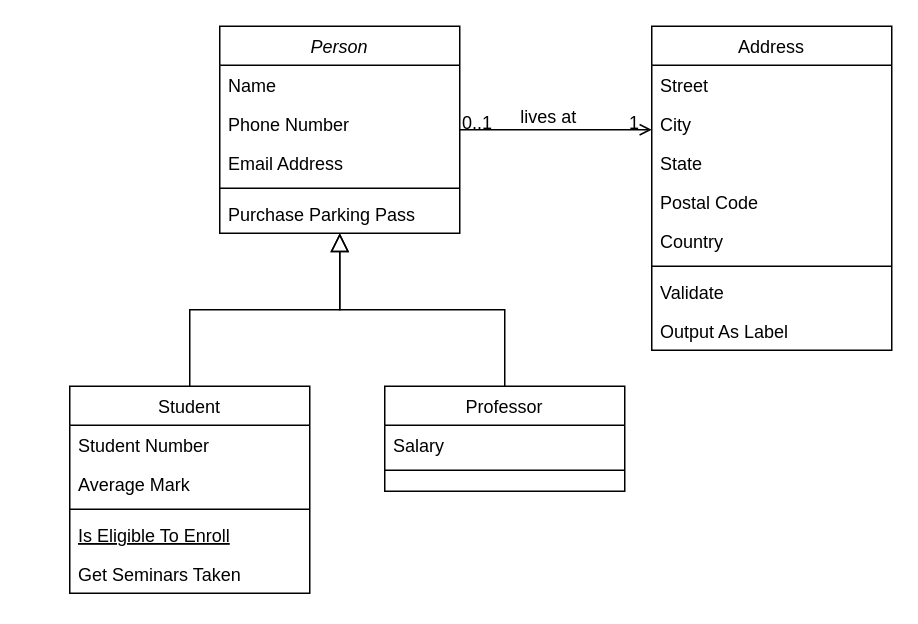
The draw.io diagram doc/service.drawio in zezosarg/bibliography-manager, before the edit. Source tidied: cells renumbered, new cells numbered last; positions are measured from the earlier drawing's top-left corner, leaving out a move shared by most shapes. Both pictures are drawn from the tidied source at 150%, with x=0, y=0 at pixel (69, 26).
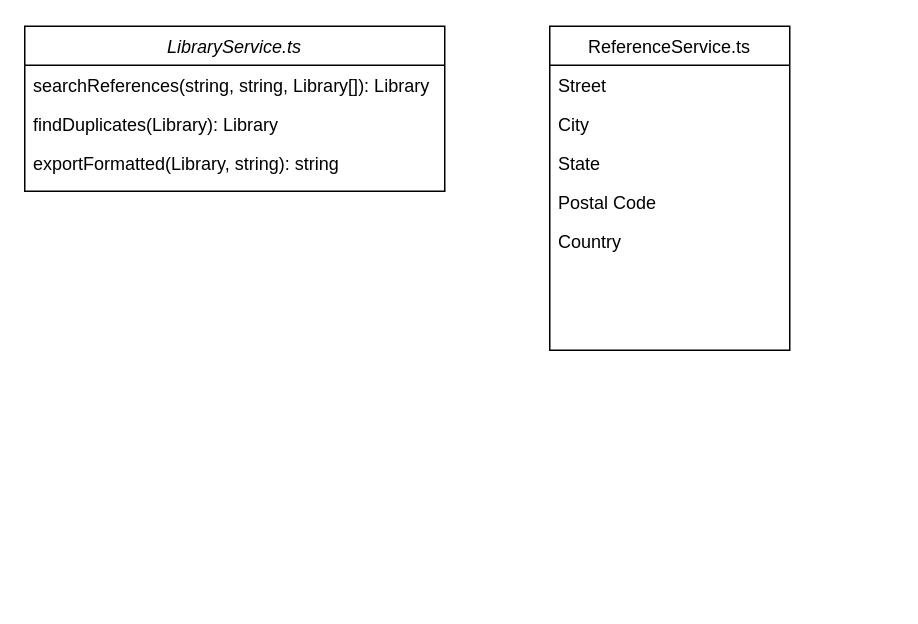
After the change.

Diff of the diagram source:
```diff
@@
-    <mxCell id="2" value="Person" style="swimlane;fontStyle=2;align=center;verticalAlign=top;horizontal=1;startSize=26;rounded=0;shadow=0;strokeWidth=1;" parent="1" vertex="1">
-      <mxGeometry x="100" width="160" height="138" as="geometry" />
+    <mxCell id="2" value="LibraryService.ts" style="swimlane;fontStyle=2;align=center;verticalAlign=top;horizontal=1;startSize=26;rounded=0;shadow=0;strokeWidth=1;" parent="1" vertex="1">
+      <mxGeometry x="-30" width="280" height="110" as="geometry" />
     </mxCell>
-    <mxCell id="3" value="Name" style="text;align=left;verticalAlign=top;spacingLeft=4;spacingRight=4;overflow=hidden;" parent="2" vertex="1">
-      <mxGeometry y="26" width="160" height="26" as="geometry" />
+    <mxCell id="3" value="searchReferences(string, string, Library[]): Library" style="text;align=left;verticalAlign=top;spacingLeft=4;spacingRight=4;overflow=hidden;" parent="2" vertex="1">
+      <mxGeometry y="26" width="280" height="26" as="geometry" />
     </mxCell>
-    <mxCell id="4" value="Phone Number" style="text;align=left;verticalAlign=top;spacingLeft=4;spacingRight=4;overflow=hidden;rounded=0;shadow=0;html=0;" parent="2" vertex="1">
-      <mxGeometry y="52" width="160" height="26" as="geometry" />
+    <mxCell id="4" value="findDuplicates(Library): Library" style="text;align=left;verticalAlign=top;spacingLeft=4;spacingRight=4;overflow=hidden;rounded=0;shadow=0;html=0;" parent="2" vertex="1">
+      <mxGeometry y="52" width="280" height="26" as="geometry" />
     </mxCell>
-    <mxCell id="5" value="Email Address" style="text;align=left;verticalAlign=top;spacingLeft=4;spacingRight=4;overflow=hidden;rounded=0;shadow=0;html=0;" parent="2" vertex="1">
-      <mxGeometry y="78" width="160" height="26" as="geometry" />
+    <mxCell id="5" value="exportFormatted(Library, string): string" style="text;align=left;verticalAlign=top;spacingLeft=4;spacingRight=4;overflow=hidden;rounded=0;shadow=0;html=0;" parent="2" vertex="1">
+      <mxGeometry y="78" width="280" height="22" as="geometry" />
     </mxCell>
-    <mxCell id="6" style="line;html=1;strokeWidth=1;align=left;verticalAlign=middle;spacingTop=-1;spacingLeft=3;spacingRight=3;labelPosition=right;" parent="2" vertex="1">
-      <mxGeometry y="104" width="160" height="8" as="geometry" />
-    </mxCell>
-    <mxCell id="7" value="Purchase Parking Pass" style="text;align=left;verticalAlign=top;spacingLeft=4;spacingRight=4;overflow=hidden;" parent="2" vertex="1">
-      <mxGeometry y="112" width="160" height="26" as="geometry" />
-    </mxCell>
-    <mxCell id="8" value="Student" style="swimlane;fontStyle=0;align=center;verticalAlign=top;horizontal=1;startSize=26;rounded=0;shadow=0;strokeWidth=1;" parent="1" vertex="1">
-      <mxGeometry y="240" width="160" height="138" as="geometry" />
-    </mxCell>
-    <mxCell id="9" value="Student Number" style="text;align=left;verticalAlign=top;spacingLeft=4;spacingRight=4;overflow=hidden;" parent="8" vertex="1">
-      <mxGeometry y="26" width="160" height="26" as="geometry" />
-    </mxCell>
-    <mxCell id="10" value="Average Mark" style="text;align=left;verticalAlign=top;spacingLeft=4;spacingRight=4;overflow=hidden;rounded=0;shadow=0;html=0;" parent="8" vertex="1">
-      <mxGeometry y="52" width="160" height="26" as="geometry" />
-    </mxCell>
-    <mxCell id="11" style="line;html=1;strokeWidth=1;align=left;verticalAlign=middle;spacingTop=-1;spacingLeft=3;spacingRight=3;labelPosition=right;" parent="8" vertex="1">
-      <mxGeometry y="78" width="160" height="8" as="geometry" />
-    </mxCell>
-    <mxCell id="12" value="Is Eligible To Enroll" style="text;align=left;verticalAlign=top;spacingLeft=4;spacingRight=4;overflow=hidden;fontStyle=4;" parent="8" vertex="1">
-      <mxGeometry y="86" width="160" height="26" as="geometry" />
-    </mxCell>
-    <mxCell id="13" value="Get Seminars Taken" style="text;align=left;verticalAlign=top;spacingLeft=4;spacingRight=4;overflow=hidden;" parent="8" vertex="1">
-      <mxGeometry y="112" width="160" height="26" as="geometry" />
-    </mxCell>
-    <mxCell id="14" style="endArrow=block;endSize=10;endFill=0;shadow=0;strokeWidth=1;rounded=0;curved=0;edgeStyle=elbowEdgeStyle;elbow=vertical;" parent="1" edge="1" source="8" target="2">
-      <mxGeometry relative="1" as="geometry" />
-    </mxCell>
-    <mxCell id="15" value="Professor" style="swimlane;fontStyle=0;align=center;verticalAlign=top;horizontal=1;startSize=26;rounded=0;shadow=0;strokeWidth=1;" parent="1" vertex="1">
-      <mxGeometry x="210" y="240" width="160" height="70" as="geometry" />
-    </mxCell>
-    <mxCell id="16" value="Salary" style="text;align=left;verticalAlign=top;spacingLeft=4;spacingRight=4;overflow=hidden;" parent="15" vertex="1">
-      <mxGeometry y="26" width="160" height="26" as="geometry" />
-    </mxCell>
-    <mxCell id="17" style="line;html=1;strokeWidth=1;align=left;verticalAlign=middle;spacingTop=-1;spacingLeft=3;spacingRight=3;labelPosition=right;" parent="15" vertex="1">
-      <mxGeometry y="52" width="160" height="8" as="geometry" />
-    </mxCell>
-    <mxCell id="18" style="endArrow=block;endSize=10;endFill=0;shadow=0;strokeWidth=1;rounded=0;curved=0;edgeStyle=elbowEdgeStyle;elbow=vertical;" parent="1" edge="1" source="15" target="2">
-      <mxGeometry relative="1" as="geometry" />
-    </mxCell>
-    <mxCell id="19" value="Address" style="swimlane;fontStyle=0;align=center;verticalAlign=top;horizontal=1;startSize=26;rounded=0;shadow=0;strokeWidth=1;" parent="1" vertex="1">
-      <mxGeometry x="388" width="160" height="216" as="geometry" />
+    <mxCell id="19" value="ReferenceService.ts" style="swimlane;fontStyle=0;align=center;verticalAlign=top;horizontal=1;startSize=26;rounded=0;shadow=0;strokeWidth=1;" parent="1" vertex="1">
+      <mxGeometry x="320" width="160" height="216" as="geometry" />
     </mxCell>
@@
-    <mxCell id="25" style="line;html=1;strokeWidth=1;align=left;verticalAlign=middle;spacingTop=-1;spacingLeft=3;spacingRight=3;labelPosition=right;" parent="19" vertex="1">
-      <mxGeometry y="156" width="160" height="8" as="geometry" />
-    </mxCell>
-    <mxCell id="26" value="Validate" style="text;align=left;verticalAlign=top;spacingLeft=4;spacingRight=4;overflow=hidden;" parent="19" vertex="1">
-      <mxGeometry y="164" width="160" height="26" as="geometry" />
-    </mxCell>
-    <mxCell id="27" value="Output As Label" style="text;align=left;verticalAlign=top;spacingLeft=4;spacingRight=4;overflow=hidden;" parent="19" vertex="1">
-      <mxGeometry y="190" width="160" height="26" as="geometry" />
-    </mxCell>
-    <mxCell id="28" style="endArrow=open;shadow=0;strokeWidth=1;rounded=0;curved=0;endFill=1;edgeStyle=elbowEdgeStyle;elbow=vertical;" parent="1" edge="1" source="2" target="19">
-      <mxGeometry x="0.5" y="41" relative="1" as="geometry">
-        <mxPoint x="-40" y="32" as="offset" />
-      </mxGeometry>
-    </mxCell>
-    <mxCell id="29" value="0..1" style="align=left;verticalAlign=bottom;labelBackgroundColor=none;fontSize=12;" parent="28" vertex="1">
-      <mxGeometry x="-1" relative="1" as="geometry">
-        <mxPoint y="4" as="offset" />
-      </mxGeometry>
-    </mxCell>
-    <mxCell id="30" value="1" style="align=right;verticalAlign=bottom;labelBackgroundColor=none;fontSize=12;" parent="28" vertex="1">
-      <mxGeometry x="1" relative="1" as="geometry">
-        <mxPoint x="-7" y="4" as="offset" />
-      </mxGeometry>
-    </mxCell>
-    <mxCell id="31" value="lives at" style="text;html=1;align=center;verticalAlign=middle;labelBackgroundColor=none;rounded=0;shadow=0;strokeWidth=1;fontSize=12;" parent="28" vertex="1">
-      <mxGeometry x="0.5" y="49" relative="1" as="geometry">
-        <mxPoint x="-38" y="40" as="offset" />
-      </mxGeometry>
-    </mxCell>
```
